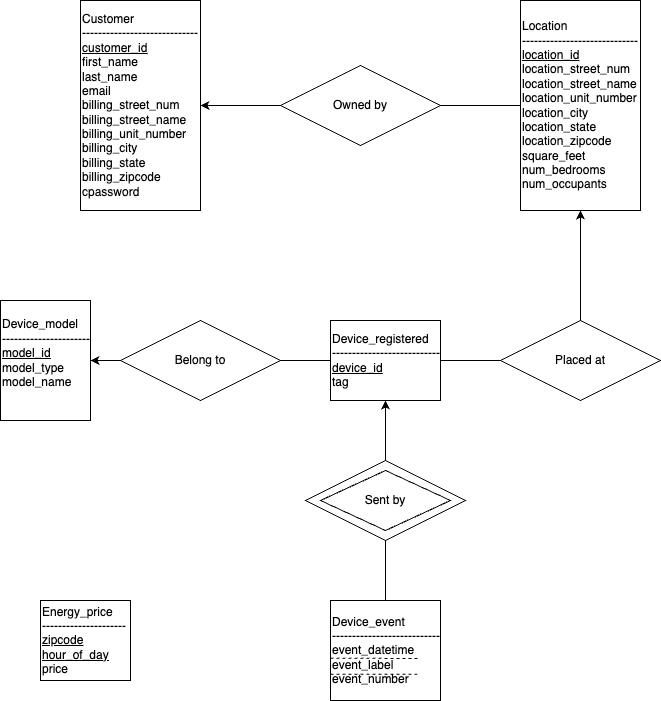
Above: ER-Grams/ER.png in Wiliiam-RWL/SHEMS (draw.io), before the change. Source tidied: cells renumbered, new cells last; positions are measured from the earlier drawing's top-left corner, leaving out a move shared by most shapes. The source it was exported from:
```xml
<mxGraphModel>
  <root>
    <mxCell id="0" />
    <mxCell id="1" parent="0" />
    <mxCell id="2" value="&lt;div style=&quot;&quot;&gt;&lt;span style=&quot;background-color: initial;&quot;&gt;Customer&lt;/span&gt;&lt;/div&gt;&lt;div style=&quot;&quot;&gt;&lt;span style=&quot;background-color: initial;&quot;&gt;-----------------------------&lt;/span&gt;&lt;/div&gt;&lt;u&gt;&lt;div style=&quot;&quot;&gt;&lt;u style=&quot;background-color: initial;&quot;&gt;customer_id&lt;/u&gt;&lt;/div&gt;&lt;/u&gt;&lt;div style=&quot;&quot;&gt;&lt;span style=&quot;background-color: initial;&quot;&gt;first_name&lt;/span&gt;&lt;/div&gt;&lt;div style=&quot;&quot;&gt;&lt;span style=&quot;background-color: initial;&quot;&gt;last_name&lt;/span&gt;&lt;/div&gt;&lt;div style=&quot;&quot;&gt;&lt;span style=&quot;background-color: initial;&quot;&gt;email&lt;/span&gt;&lt;/div&gt;&lt;div style=&quot;&quot;&gt;&lt;span style=&quot;background-color: initial;&quot;&gt;billing_street_num&lt;/span&gt;&lt;/div&gt;&lt;div style=&quot;&quot;&gt;&lt;span style=&quot;background-color: initial;&quot;&gt;billing_street_name&lt;/span&gt;&lt;/div&gt;&lt;div style=&quot;&quot;&gt;&lt;span style=&quot;background-color: initial;&quot;&gt;billing_unit_number&lt;/span&gt;&lt;/div&gt;&lt;div style=&quot;&quot;&gt;&lt;span style=&quot;background-color: initial;&quot;&gt;billing_city&lt;/span&gt;&lt;/div&gt;&lt;div style=&quot;&quot;&gt;&lt;span style=&quot;background-color: initial;&quot;&gt;billing_state&lt;/span&gt;&lt;/div&gt;&lt;div style=&quot;&quot;&gt;&lt;span style=&quot;background-color: initial;&quot;&gt;billing_zipcode&lt;/span&gt;&lt;/div&gt;&lt;div style=&quot;&quot;&gt;&lt;span style=&quot;background-color: initial;&quot;&gt;cpassword&lt;/span&gt;&lt;/div&gt;" style="rounded=0;whiteSpace=wrap;html=1;align=left;" parent="1" vertex="1">
      <mxGeometry x="80" width="120" height="210" as="geometry" />
    </mxCell>
    <mxCell id="3" value="Location&lt;br&gt;-----------------------------&lt;br&gt;&lt;u&gt;location_id&lt;/u&gt;&lt;br&gt;location_street_num&lt;br&gt;location_street_name&lt;br&gt;location_unit_number&lt;br&gt;location_city&lt;br&gt;location_state&lt;br&gt;location_zipcode&lt;br&gt;square_feet&lt;br&gt;num_bedrooms&lt;br&gt;num_occupants" style="rounded=0;whiteSpace=wrap;html=1;align=left;" parent="1" vertex="1">
      <mxGeometry x="520" width="120" height="210" as="geometry" />
    </mxCell>
    <mxCell id="4" value="&lt;div style=&quot;&quot;&gt;Device_model&lt;/div&gt;&lt;div style=&quot;&quot;&gt;&lt;span style=&quot;background-color: initial;&quot;&gt;----------------------&lt;/span&gt;&lt;/div&gt;&lt;div style=&quot;text-decoration-line: underline;&quot;&gt;model_id&lt;/div&gt;&lt;div style=&quot;&quot;&gt;model_type&lt;/div&gt;&lt;div style=&quot;&quot;&gt;model_name&lt;/div&gt;&lt;div style=&quot;&quot;&gt;&lt;br&gt;&lt;/div&gt;" style="rounded=0;whiteSpace=wrap;html=1;align=left;" parent="1" vertex="1">
      <mxGeometry y="300" width="90" height="120" as="geometry" />
    </mxCell>
    <mxCell id="5" value="&lt;div style=&quot;&quot;&gt;Device_registered&lt;/div&gt;&lt;div style=&quot;&quot;&gt;&lt;span style=&quot;background-color: initial;&quot;&gt;---------------------------&lt;/span&gt;&lt;/div&gt;&lt;div style=&quot;text-decoration-line: underline;&quot;&gt;device_id&lt;/div&gt;&lt;div style=&quot;&quot;&gt;tag&lt;/div&gt;" style="rounded=0;whiteSpace=wrap;html=1;align=left;" parent="1" vertex="1">
      <mxGeometry x="330" y="320" width="110" height="80" as="geometry" />
    </mxCell>
    <mxCell id="6" value="&lt;div style=&quot;&quot;&gt;Device_event&lt;/div&gt;&lt;div style=&quot;&quot;&gt;&lt;span style=&quot;background-color: initial;&quot;&gt;---------------------------&lt;/span&gt;&lt;/div&gt;&lt;div style=&quot;&quot;&gt;event_datetime&lt;/div&gt;&lt;div style=&quot;&quot;&gt;event_label&lt;/div&gt;&lt;div style=&quot;&quot;&gt;event_number&lt;/div&gt;" style="rounded=0;whiteSpace=wrap;html=1;align=left;" parent="1" vertex="1">
      <mxGeometry x="330" y="600" width="110" height="100" as="geometry" />
    </mxCell>
    <mxCell id="7" style="endArrow=none;dashed=1;html=1;" parent="1" edge="1">
      <mxGeometry relative="1" as="geometry">
        <mxPoint x="330" y="657.7" as="sourcePoint" />
        <mxPoint x="420" y="658" as="targetPoint" />
      </mxGeometry>
    </mxCell>
    <mxCell id="8" style="endArrow=none;dashed=1;html=1;" parent="1" edge="1">
      <mxGeometry relative="1" as="geometry">
        <mxPoint x="330" y="673.7" as="sourcePoint" />
        <mxPoint x="420" y="673.7" as="targetPoint" />
      </mxGeometry>
    </mxCell>
    <mxCell id="9" value="&lt;div style=&quot;&quot;&gt;Energy_price&lt;/div&gt;&lt;div style=&quot;&quot;&gt;&lt;span style=&quot;background-color: initial;&quot;&gt;---------------------&lt;/span&gt;&lt;/div&gt;&lt;div style=&quot;&quot;&gt;&lt;span style=&quot;background-color: initial;&quot;&gt;&lt;u&gt;zipcode&lt;/u&gt;&lt;/span&gt;&lt;/div&gt;&lt;div style=&quot;&quot;&gt;&lt;span style=&quot;background-color: initial;&quot;&gt;&lt;u&gt;hour_of_day&lt;/u&gt;&lt;/span&gt;&lt;/div&gt;&lt;div style=&quot;&quot;&gt;&lt;span style=&quot;background-color: initial;&quot;&gt;price&lt;/span&gt;&lt;/div&gt;" style="rounded=0;whiteSpace=wrap;html=1;align=left;" parent="1" vertex="1">
      <mxGeometry x="40" y="600" width="90" height="80" as="geometry" />
    </mxCell>
    <mxCell id="10" style="edgeStyle=none;html=1;" parent="1" edge="1" source="11" target="2">
      <mxGeometry relative="1" as="geometry" />
    </mxCell>
    <mxCell id="11" value="Owned by" style="rhombus;whiteSpace=wrap;html=1;" parent="1" vertex="1">
      <mxGeometry x="280" y="65" width="160" height="80" as="geometry" />
    </mxCell>
    <mxCell id="12" style="endArrow=none;html=1;entryX=1;entryY=0.5;entryDx=0;entryDy=0;exitX=0;exitY=0.5;exitDx=0;exitDy=0;" parent="1" edge="1" source="3" target="11">
      <mxGeometry relative="1" as="geometry" />
    </mxCell>
    <mxCell id="13" style="edgeStyle=none;html=1;" parent="1" edge="1" source="14" target="4">
      <mxGeometry relative="1" as="geometry" />
    </mxCell>
    <mxCell id="14" value="Belong to" style="rhombus;whiteSpace=wrap;html=1;" parent="1" vertex="1">
      <mxGeometry x="120" y="320" width="160" height="80" as="geometry" />
    </mxCell>
    <mxCell id="15" style="endArrow=none;html=1;entryX=0;entryY=0.5;entryDx=0;entryDy=0;exitX=1;exitY=0.5;exitDx=0;exitDy=0;" parent="1" edge="1" source="14" target="5">
      <mxGeometry relative="1" as="geometry" />
    </mxCell>
    <mxCell id="16" style="edgeStyle=none;html=1;entryX=0.5;entryY=1;entryDx=0;entryDy=0;" parent="1" edge="1" source="17" target="3">
      <mxGeometry relative="1" as="geometry" />
    </mxCell>
    <mxCell id="17" value="Placed at" style="rhombus;whiteSpace=wrap;html=1;" parent="1" vertex="1">
      <mxGeometry x="500" y="320" width="160" height="80" as="geometry" />
    </mxCell>
    <mxCell id="18" style="endArrow=none;html=1;entryX=0;entryY=0.5;entryDx=0;entryDy=0;exitX=1;exitY=0.5;exitDx=0;exitDy=0;" parent="1" edge="1" source="5" target="17">
      <mxGeometry relative="1" as="geometry" />
    </mxCell>
    <mxCell id="19" style="edgeStyle=none;html=1;" parent="1" edge="1" source="20" target="5">
      <mxGeometry relative="1" as="geometry" />
    </mxCell>
    <mxCell id="20" value="Sent by" style="rhombus;whiteSpace=wrap;html=1;" parent="1" vertex="1">
      <mxGeometry x="305" y="460" width="160" height="80" as="geometry" />
    </mxCell>
    <mxCell id="21" style="endArrow=none;html=1;entryX=0.5;entryY=1;entryDx=0;entryDy=0;exitX=0.5;exitY=0;exitDx=0;exitDy=0;" parent="1" edge="1" source="6" target="20">
      <mxGeometry relative="1" as="geometry" />
    </mxCell>
    <mxCell id="22" style="rhombus;whiteSpace=wrap;html=1;fillColor=none;" parent="1" vertex="1">
      <mxGeometry x="320" y="470" width="130" height="60" as="geometry" />
    </mxCell>
  </root>
</mxGraphModel>
```
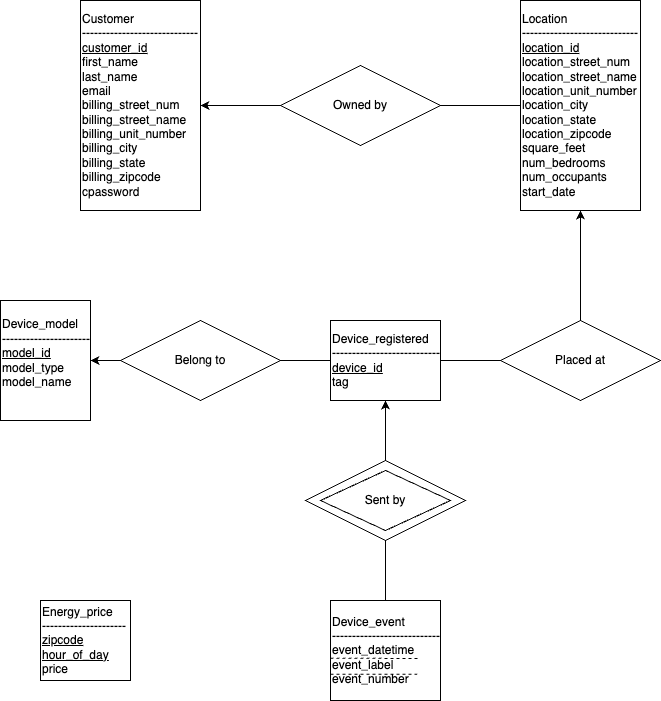
After the change.

Commit message:
added start_date

The edit, as a diff of the source:
```diff
@@ -5,7 +5,7 @@
     <mxCell id="2" value="&lt;div style=&quot;&quot;&gt;&lt;span style=&quot;background-color: initial;&quot;&gt;Customer&lt;/span&gt;&lt;/div&gt;&lt;div style=&quot;&quot;&gt;&lt;span style=&quot;background-color: initial;&quot;&gt;-----------------------------&lt;/span&gt;&lt;/div&gt;&lt;u&gt;&lt;div style=&quot;&quot;&gt;&lt;u style=&quot;background-color: initial;&quot;&gt;customer_id&lt;/u&gt;&lt;/div&gt;&lt;/u&gt;&lt;div style=&quot;&quot;&gt;&lt;span style=&quot;background-color: initial;&quot;&gt;first_name&lt;/span&gt;&lt;/div&gt;&lt;div style=&quot;&quot;&gt;&lt;span style=&quot;background-color: initial;&quot;&gt;last_name&lt;/span&gt;&lt;/div&gt;&lt;div style=&quot;&quot;&gt;&lt;span style=&quot;background-color: initial;&quot;&gt;email&lt;/span&gt;&lt;/div&gt;&lt;div style=&quot;&quot;&gt;&lt;span style=&quot;background-color: initial;&quot;&gt;billing_street_num&lt;/span&gt;&lt;/div&gt;&lt;div style=&quot;&quot;&gt;&lt;span style=&quot;background-color: initial;&quot;&gt;billing_street_name&lt;/span&gt;&lt;/div&gt;&lt;div style=&quot;&quot;&gt;&lt;span style=&quot;background-color: initial;&quot;&gt;billing_unit_number&lt;/span&gt;&lt;/div&gt;&lt;div style=&quot;&quot;&gt;&lt;span style=&quot;background-color: initial;&quot;&gt;billing_city&lt;/span&gt;&lt;/div&gt;&lt;div style=&quot;&quot;&gt;&lt;span style=&quot;background-color: initial;&quot;&gt;billing_state&lt;/span&gt;&lt;/div&gt;&lt;div style=&quot;&quot;&gt;&lt;span style=&quot;background-color: initial;&quot;&gt;billing_zipcode&lt;/span&gt;&lt;/div&gt;&lt;div style=&quot;&quot;&gt;&lt;span style=&quot;background-color: initial;&quot;&gt;cpassword&lt;/span&gt;&lt;/div&gt;" style="rounded=0;whiteSpace=wrap;html=1;align=left;" parent="1" vertex="1">
       <mxGeometry x="80" width="120" height="210" as="geometry" />
     </mxCell>
-    <mxCell id="3" value="Location&lt;br&gt;-----------------------------&lt;br&gt;&lt;u&gt;location_id&lt;/u&gt;&lt;br&gt;location_street_num&lt;br&gt;location_street_name&lt;br&gt;location_unit_number&lt;br&gt;location_city&lt;br&gt;location_state&lt;br&gt;location_zipcode&lt;br&gt;square_feet&lt;br&gt;num_bedrooms&lt;br&gt;num_occupants" style="rounded=0;whiteSpace=wrap;html=1;align=left;" parent="1" vertex="1">
+    <mxCell id="3" value="Location&lt;br&gt;-----------------------------&lt;br&gt;&lt;u&gt;location_id&lt;/u&gt;&lt;br&gt;location_street_num&lt;br&gt;location_street_name&lt;br&gt;location_unit_number&lt;br&gt;location_city&lt;br&gt;location_state&lt;br&gt;location_zipcode&lt;br&gt;square_feet&lt;br&gt;num_bedrooms&lt;br&gt;num_occupants&lt;br&gt;start_date" style="rounded=0;whiteSpace=wrap;html=1;align=left;" parent="1" vertex="1">
       <mxGeometry x="520" width="120" height="210" as="geometry" />
     </mxCell>
     <mxCell id="4" value="&lt;div style=&quot;&quot;&gt;Device_model&lt;/div&gt;&lt;div style=&quot;&quot;&gt;&lt;span style=&quot;background-color: initial;&quot;&gt;----------------------&lt;/span&gt;&lt;/div&gt;&lt;div style=&quot;text-decoration-line: underline;&quot;&gt;model_id&lt;/div&gt;&lt;div style=&quot;&quot;&gt;model_type&lt;/div&gt;&lt;div style=&quot;&quot;&gt;model_name&lt;/div&gt;&lt;div style=&quot;&quot;&gt;&lt;br&gt;&lt;/div&gt;" style="rounded=0;whiteSpace=wrap;html=1;align=left;" parent="1" vertex="1">
```
